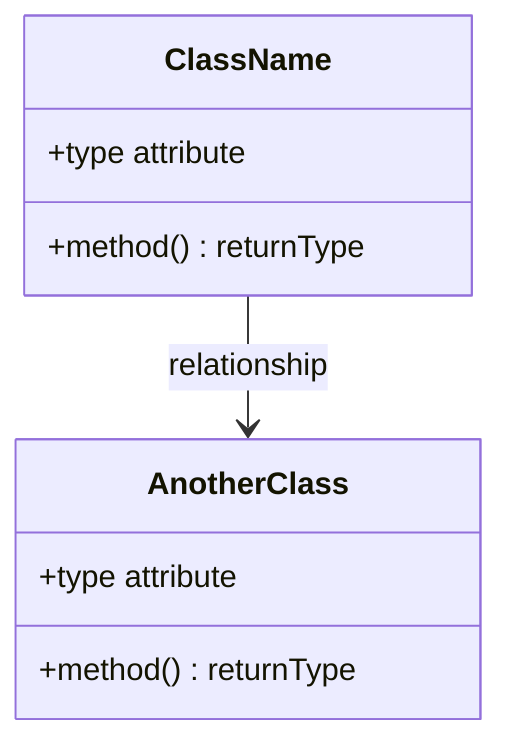
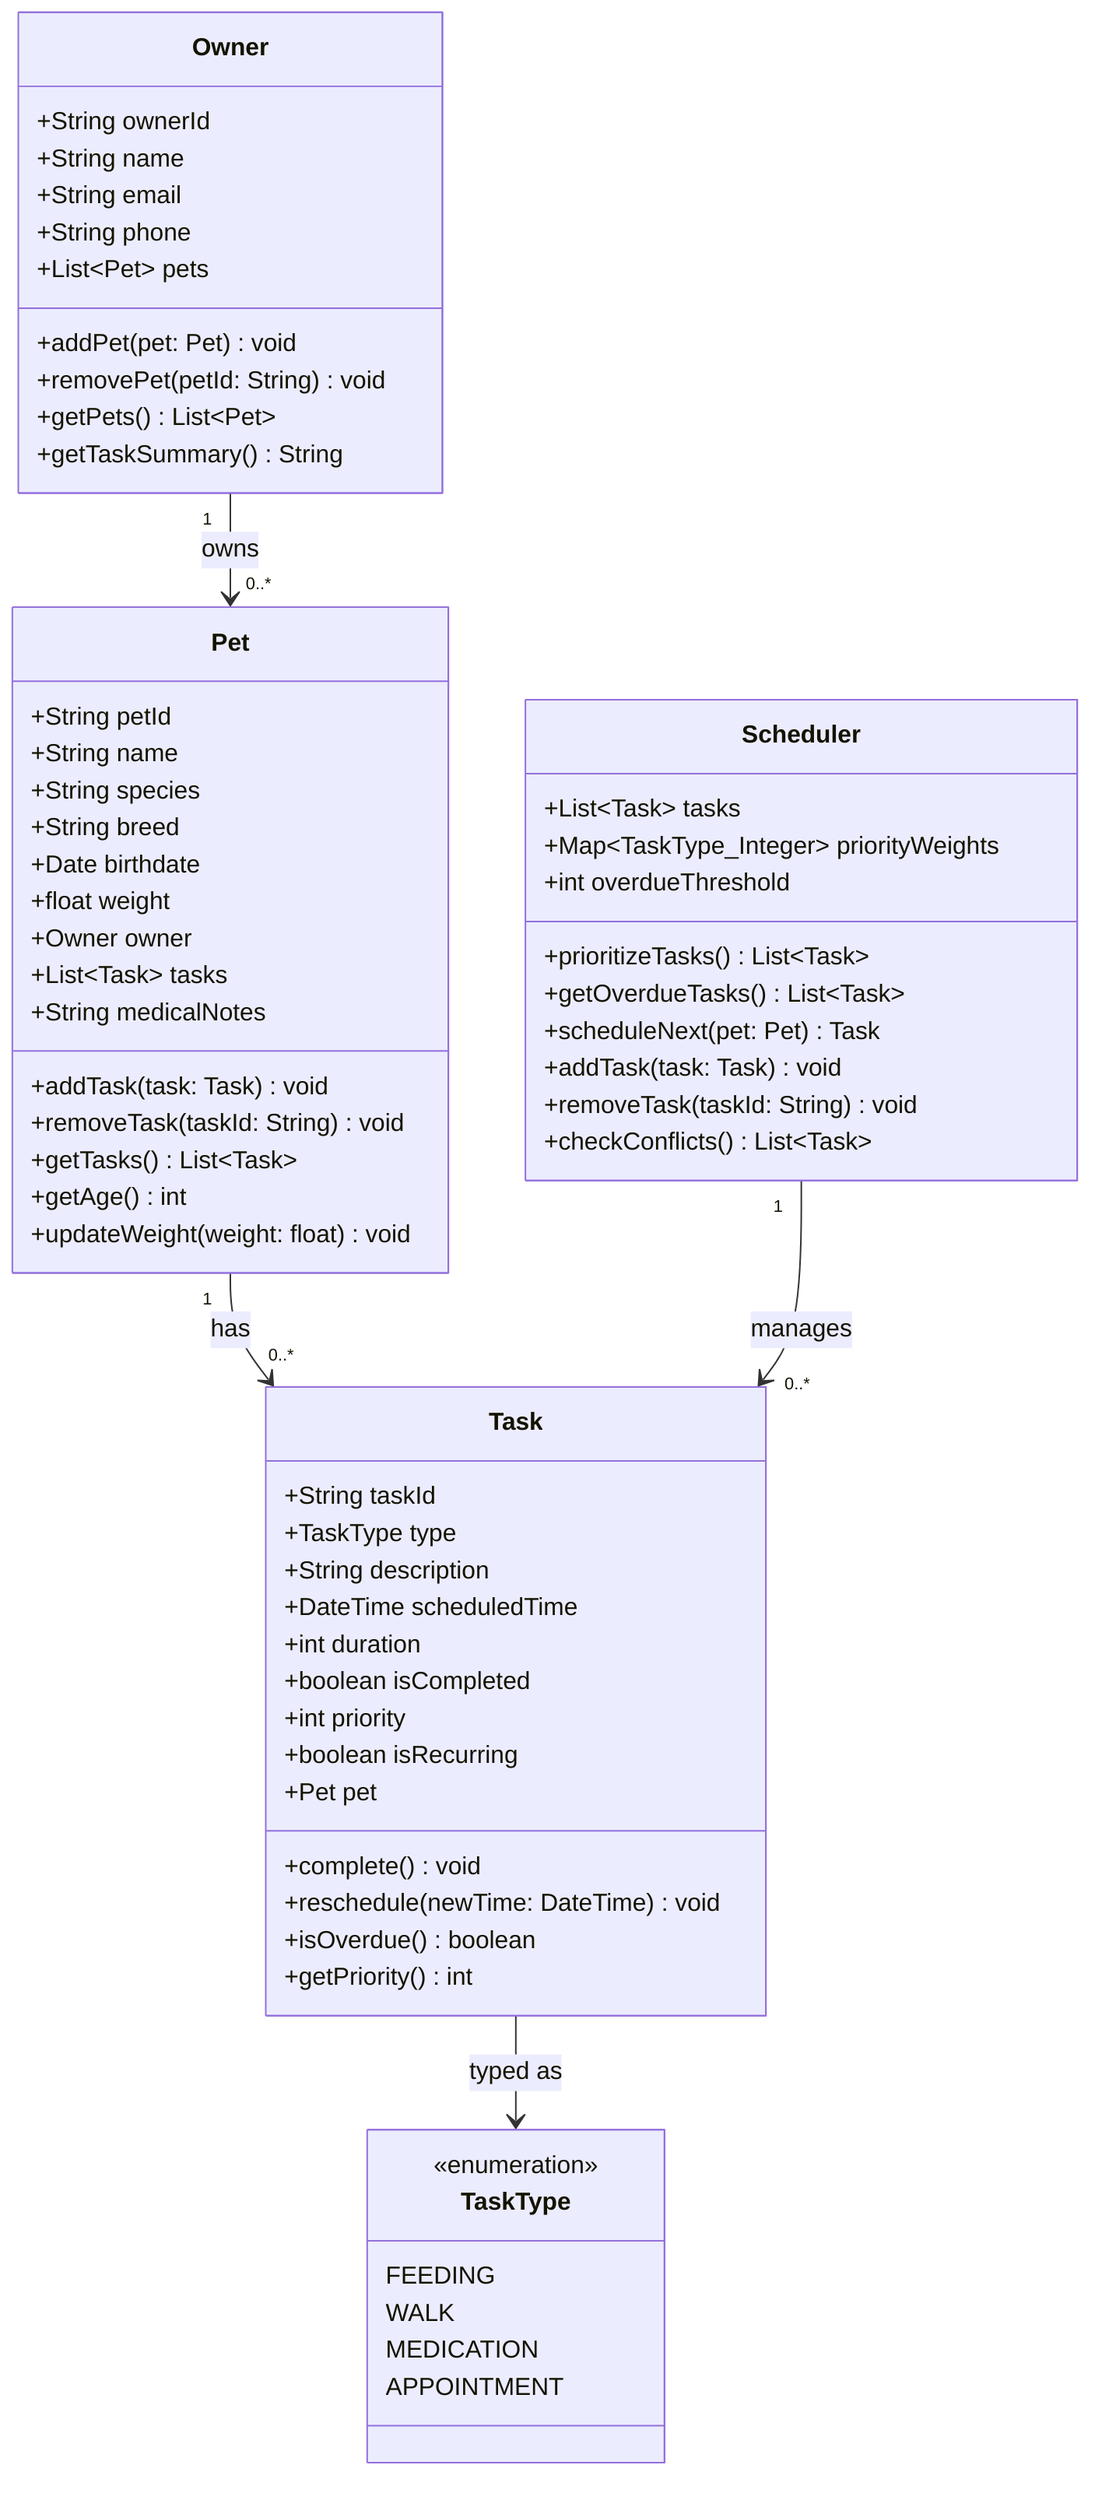
classDiagram
-     %% Replace the placeholders below with your actual classes, attributes, methods, and relationships.
    %% Keep this file updated so it matches your final implementation.

-     class ClassName {
-         +type attribute
-         +method() returnType
+     class Owner {
+         +String ownerId
+         +String name
+         +String email
+         +String phone
+         +List~Pet~ pets
+         +addPet(pet: Pet) void
+         +removePet(petId: String) void
+         +getPets() List~Pet~
+         +getTaskSummary() String
    }

-     class AnotherClass {
-         +type attribute
-         +method() returnType
+     class Pet {
+         +String petId
+         +String name
+         +String species
+         +String breed
+         +Date birthdate
+         +float weight
+         +Owner owner
+         +List~Task~ tasks
+         +String medicalNotes
+         +addTask(task: Task) void
+         +removeTask(taskId: String) void
+         +getTasks() List~Task~
+         +getAge() int
+         +updateWeight(weight: float) void
    }

-     ClassName --> AnotherClass : relationship
+     class Task {
+         +String taskId
+         +TaskType type
+         +String description
+         +DateTime scheduledTime
+         +int duration
+         +boolean isCompleted
+         +int priority
+         +boolean isRecurring
+         +Pet pet
+         +complete() void
+         +reschedule(newTime: DateTime) void
+         +isOverdue() boolean
+         +getPriority() int
+     }
+ 
+     class TaskType {
+         <<enumeration>>
+         FEEDING
+         WALK
+         MEDICATION
+         APPOINTMENT
+     }
+ 
+     class Scheduler {
+         +List~Task~ tasks
+         +Map~TaskType_Integer~ priorityWeights
+         +int overdueThreshold
+         +prioritizeTasks() List~Task~
+         +getOverdueTasks() List~Task~
+         +scheduleNext(pet: Pet) Task
+         +addTask(task: Task) void
+         +removeTask(taskId: String) void
+         +checkConflicts() List~Task~
+     }
+ 
+     Owner "1" --> "0..*" Pet : owns
+     Pet "1" --> "0..*" Task : has
+     Task --> TaskType : typed as
+     Scheduler "1" --> "0..*" Task : manages
